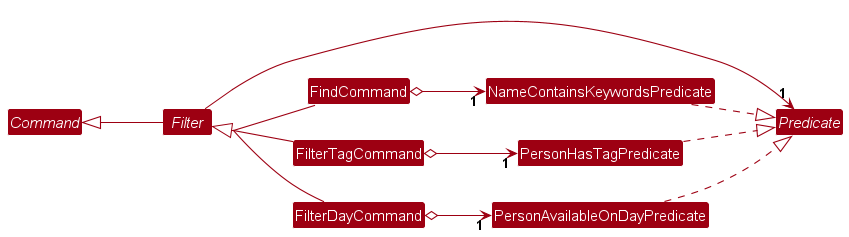
This is docs/images/FilterClassDiagram.png from NewtonKoh/tp, a PlantUML export, as it was before one commit. Source of this version:
```plantuml
@startuml
!include style.puml
skinparam arrowThickness 1.1
skinparam arrowColor MODEL_COLOR
skinparam classBackgroundColor MODEL_COLOR

abstract class Command
abstract class Filter
interface Predicate

left to right direction

skinparam groupInheritance 2

Command <|-- Filter

Filter <|-- FindCommand
Filter <|-- FilterTagCommand
Filter <|-- FilterDayCommand
Filter --> "1" Predicate

PersonHasTagPredicate ..|> Predicate
NameContainsKeywordsPredicate ..|> Predicate
PersonAvailableOnDayPredicate ..|> Predicate

FindCommand o--> "1" NameContainsKeywordsPredicate
FilterTagCommand o--> "1" PersonHasTagPredicate
FilterDayCommand o--> "1" PersonAvailableOnDayPredicate
@enduml
```
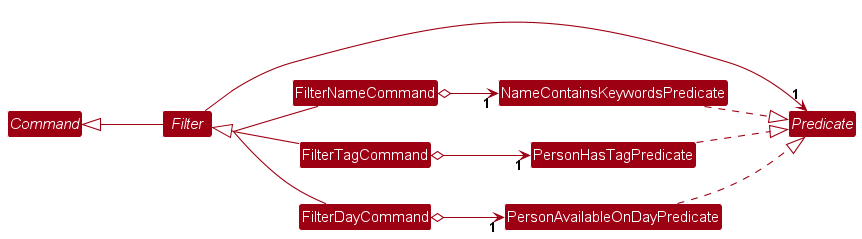
The same diagram one commit later.

Commit message:
Update DG on all-match filter

What changed in the source:
```diff
@@ -14,7 +14,7 @@
 
 Command <|-- Filter
 
-Filter <|-- FindCommand
+Filter <|-- FilterNameCommand
 Filter <|-- FilterTagCommand
 Filter <|-- FilterDayCommand
 Filter --> "1" Predicate
@@ -23,7 +23,7 @@
 NameContainsKeywordsPredicate ..|> Predicate
 PersonAvailableOnDayPredicate ..|> Predicate
 
-FindCommand o--> "1" NameContainsKeywordsPredicate
+FilterNameCommand o--> "1" NameContainsKeywordsPredicate
 FilterTagCommand o--> "1" PersonHasTagPredicate
 FilterDayCommand o--> "1" PersonAvailableOnDayPredicate
 @enduml
```
